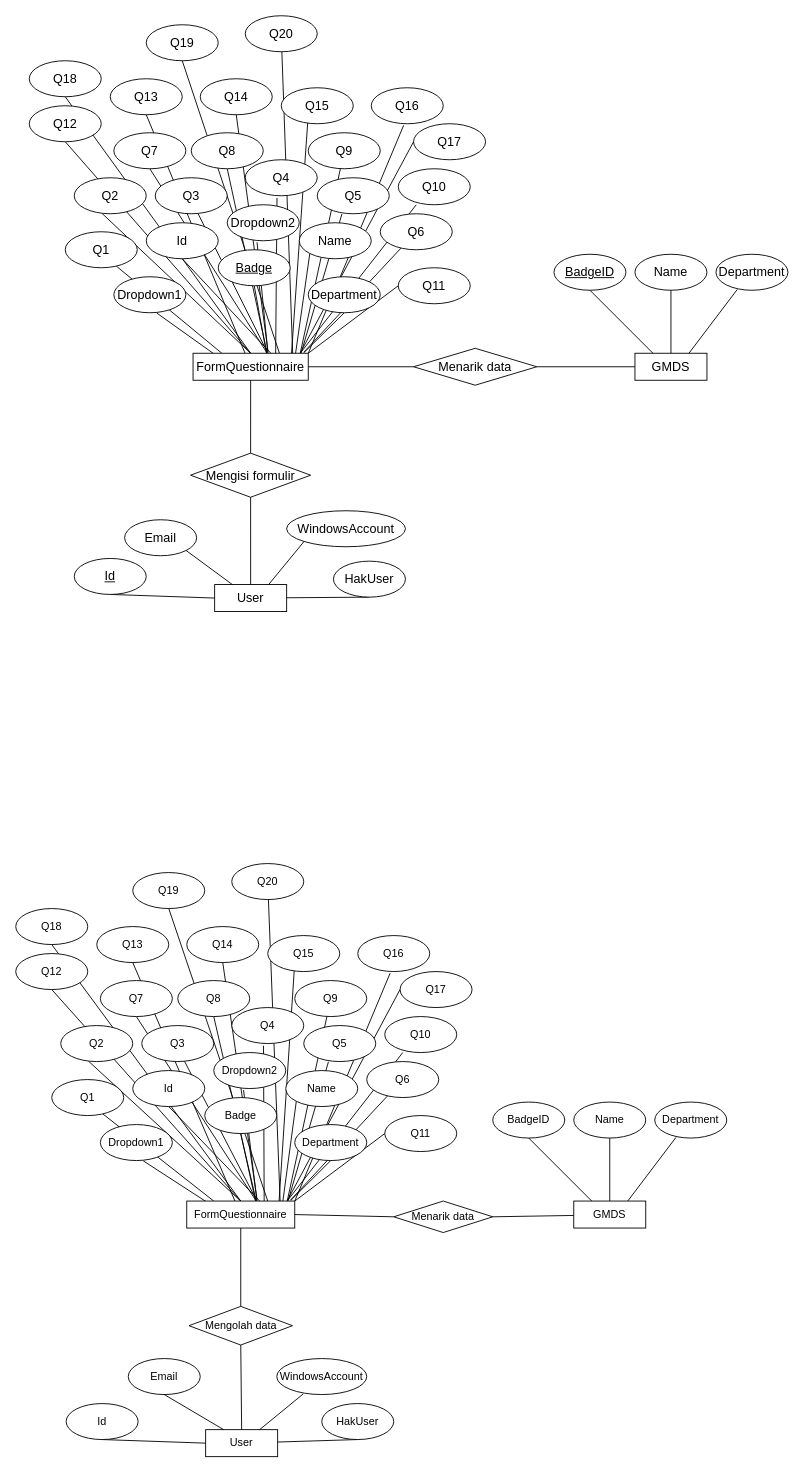
Earlier version of the draw.io diagram erd Diagram.drawio (gabriella-029/erd). Source tidied: cells renumbered, new cells numbered last; positions are measured from the earlier drawing's top-left corner, leaving out a move shared by most shapes. Both pictures are drawn from the tidied source at 90%, with x=0, y=0 at pixel (15, 15).
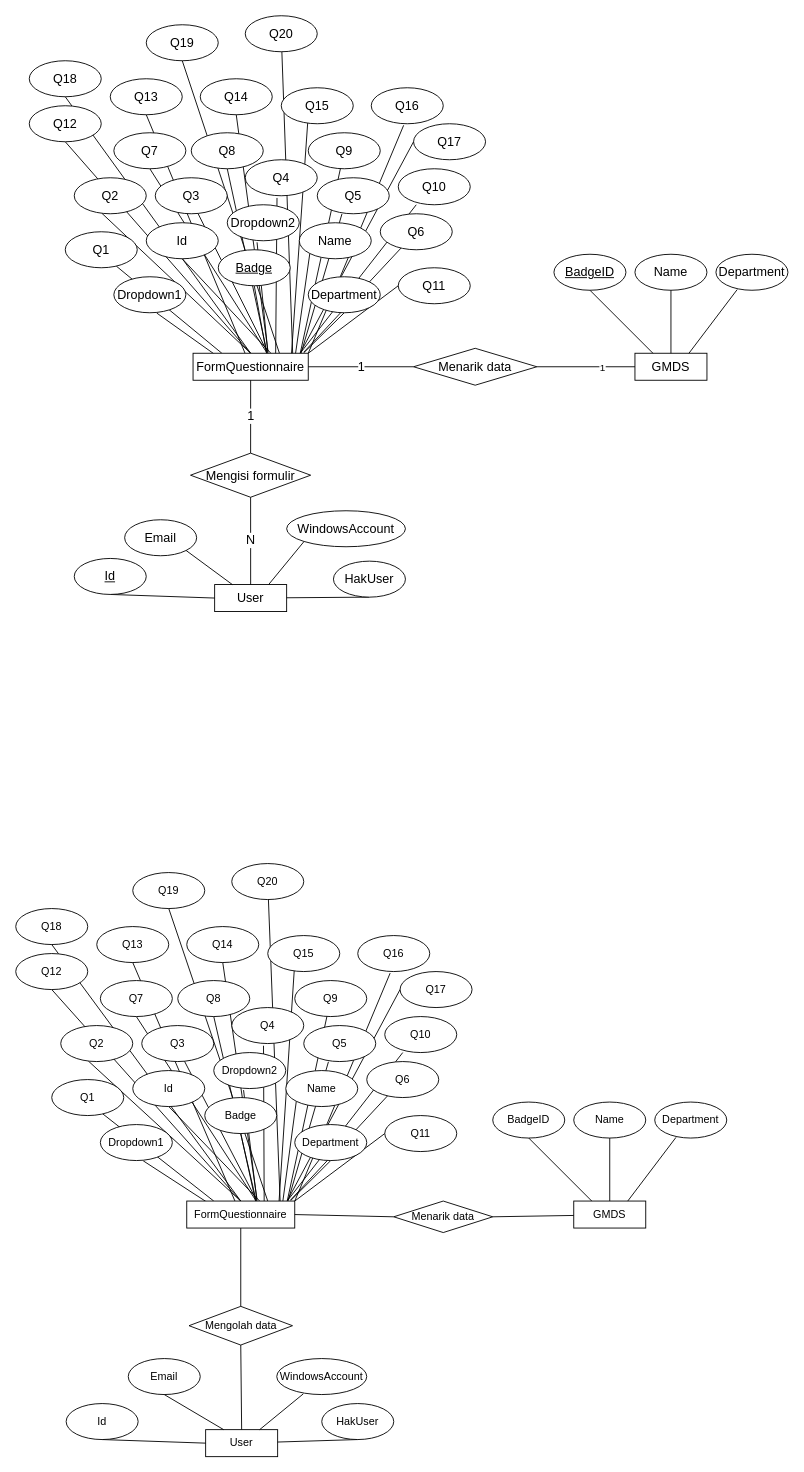
The same page after the edit.

Unchanged cells that the change refers to:
```xml
<mxCell id="60" value="FormQuestionnaire" style="rounded=0;whiteSpace=wrap;html=1;fontSize=14;" parent="1" vertex="1">
  <mxGeometry x="197" y="375" width="128" height="30" as="geometry" />
</mxCell>
<mxCell id="61" value="User" style="rounded=0;whiteSpace=wrap;html=1;fontSize=14;" parent="1" vertex="1">
  <mxGeometry x="221" y="632" width="80" height="30" as="geometry" />
</mxCell>
<mxCell id="70" value="Menarik data" style="rhombus;whiteSpace=wrap;html=1;fontSize=14;" parent="1" vertex="1">
  <mxGeometry x="442" y="369.5" width="137" height="41" as="geometry" />
</mxCell>
<mxCell id="71" value="Mengisi formulir" style="rhombus;whiteSpace=wrap;html=1;fontSize=14;" parent="1" vertex="1">
  <mxGeometry x="194.2" y="486" width="133.5" height="49" as="geometry" />
</mxCell>
<mxCell id="151" style="endArrow=none;html=1;rounded=0;entryX=0;entryY=0.5;entryDx=0;entryDy=0;fontSize=14;" parent="1" edge="1" source="70" target="12">
  <mxGeometry relative="1" as="geometry" />
</mxCell>
```

Change to the diagram source:
```diff
@@
-    <mxCell id="69" style="endArrow=none;html=1;rounded=0;entryX=0;entryY=0.5;entryDx=0;entryDy=0;exitX=1;exitY=0.5;exitDx=0;exitDy=0;fontSize=14;" parent="1" edge="1" source="60" target="70">
+    <mxCell id="69" value="1" style="endArrow=none;html=1;rounded=0;entryX=0;entryY=0.5;entryDx=0;entryDy=0;exitX=1;exitY=0.5;exitDx=0;exitDy=0;fontSize=14;" parent="1" edge="1" source="60" target="70">
       <mxGeometry relative="1" as="geometry" />
     </mxCell>
@@
-    <mxCell id="72" style="endArrow=none;html=1;rounded=0;entryX=0.5;entryY=1;entryDx=0;entryDy=0;fontSize=14;exitX=0.5;exitY=0;exitDx=0;exitDy=0;" parent="1" edge="1" source="61" target="71">
+    <mxCell id="72" value="N" style="endArrow=none;html=1;rounded=0;entryX=0.5;entryY=1;entryDx=0;entryDy=0;fontSize=14;exitX=0.5;exitY=0;exitDx=0;exitDy=0;" parent="1" edge="1" source="61" target="71">
       <mxGeometry relative="1" as="geometry" />
     </mxCell>
-    <mxCell id="73" style="endArrow=none;html=1;rounded=0;entryX=0.5;entryY=1;entryDx=0;entryDy=0;fontSize=14;" parent="1" edge="1" source="71" target="60">
+    <mxCell id="73" value="1" style="endArrow=none;html=1;rounded=0;entryX=0.5;entryY=1;entryDx=0;entryDy=0;fontSize=14;" parent="1" edge="1" source="71" target="60">
       <mxGeometry relative="1" as="geometry" />
     </mxCell>
@@
+    <mxCell id="153" value="1" style="edgeLabel;html=1;align=center;verticalAlign=middle;" parent="151" vertex="1">
+      <mxGeometry x="0.32" relative="1" as="geometry" />
+    </mxCell>
```
